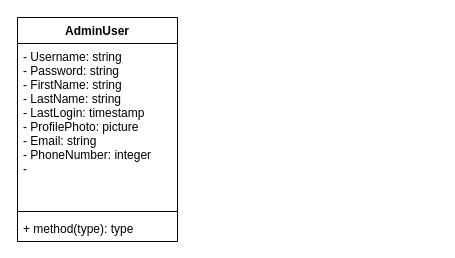
m-bassiri/HamyarApp keeps this draw.io diagram as Class Diagram - Login and User Management Section.drawio. Above is the earlier version. Source tidied: cells renumbered, new cells numbered last; positions are measured from the earlier drawing's top-left corner, leaving out a move shared by most shapes. Both pictures are drawn from the tidied source at 100%, with x=0, y=0 at pixel (17, 17).
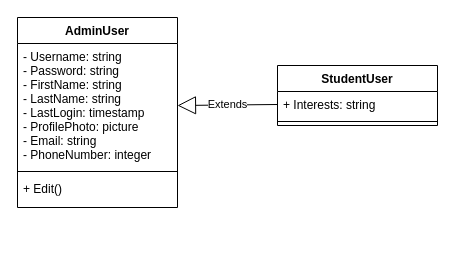
The same diagram, later.

What changed in the source:
```diff
@@
 <mxGraphModel>
   <root>
     <mxCell id="0" />
     <mxCell id="1" parent="0" />
     <mxCell id="2" value="AdminUser" style="swimlane;fontStyle=1;align=center;verticalAlign=top;horizontal=1;startSize=26;" parent="1" vertex="1">
-      <mxGeometry width="160" height="224" as="geometry" />
+      <mxGeometry width="160" height="190" as="geometry" />
     </mxCell>
-    <mxCell id="3" value="- Username: string&#10;- Password: string&#10;- FirstName: string&#10;- LastName: string&#10;- LastLogin: timestamp&#10;- ProfilePhoto: picture&#10;- Email: string&#10;- PhoneNumber: integer&#10;- " style="text;strokeColor=none;fillColor=none;align=left;verticalAlign=top;spacingLeft=4;spacingRight=4;overflow=hidden;points=[[0,0.5],[1,0.5]];portConstraint=eastwest;" parent="2" vertex="1">
-      <mxGeometry y="26" width="160" height="164" as="geometry" />
+    <mxCell id="3" value="- Username: string&#10;- Password: string&#10;- FirstName: string&#10;- LastName: string&#10;- LastLogin: timestamp&#10;- ProfilePhoto: picture&#10;- Email: string&#10;- PhoneNumber: integer&#10;" style="text;strokeColor=none;fillColor=none;align=left;verticalAlign=top;spacingLeft=4;spacingRight=4;overflow=hidden;points=[[0,0.5],[1,0.5]];portConstraint=eastwest;" parent="2" vertex="1">
+      <mxGeometry y="26" width="160" height="124" as="geometry" />
     </mxCell>
     <mxCell id="4" style="line;strokeWidth=1;fillColor=none;align=left;verticalAlign=middle;spacingTop=-1;spacingLeft=3;spacingRight=3;labelPosition=right;" parent="2" vertex="1">
-      <mxGeometry y="190" width="160" height="8" as="geometry" />
+      <mxGeometry y="150" width="160" height="8" as="geometry" />
     </mxCell>
-    <mxCell id="5" value="+ method(type): type" style="text;strokeColor=none;fillColor=none;align=left;verticalAlign=top;spacingLeft=4;spacingRight=4;overflow=hidden;" parent="2" vertex="1">
-      <mxGeometry y="198" width="160" height="26" as="geometry" />
+    <mxCell id="5" value="+ Edit()&#10;" style="text;strokeColor=none;fillColor=none;align=left;verticalAlign=top;spacingLeft=4;spacingRight=4;overflow=hidden;" parent="2" vertex="1">
+      <mxGeometry y="158" width="160" height="32" as="geometry" />
     </mxCell>
+    <mxCell id="6" value="StudentUser" style="swimlane;fontStyle=1;align=center;verticalAlign=top;horizontal=1;startSize=26;" parent="1" vertex="1">
+      <mxGeometry x="260" y="48" width="160" height="60" as="geometry" />
+    </mxCell>
+    <mxCell id="7" value="+ Interests: string" style="text;strokeColor=none;fillColor=none;align=left;verticalAlign=top;spacingLeft=4;spacingRight=4;overflow=hidden;points=[[0,0.5],[1,0.5]];portConstraint=eastwest;" parent="6" vertex="1">
+      <mxGeometry y="26" width="160" height="26" as="geometry" />
+    </mxCell>
+    <mxCell id="8" style="line;strokeWidth=1;fillColor=none;align=left;verticalAlign=middle;spacingTop=-1;spacingLeft=3;spacingRight=3;labelPosition=right;" parent="6" vertex="1">
+      <mxGeometry y="52" width="160" height="8" as="geometry" />
+    </mxCell>
+    <mxCell id="9" value="Extends" style="endArrow=block;endSize=16;endFill=0;html=1;exitX=0;exitY=0.5;exitDx=0;exitDy=0;entryX=1;entryY=0.5;entryDx=0;entryDy=0;" parent="1" edge="1" source="7" target="3">
+      <mxGeometry relative="1" as="geometry" />
+    </mxCell>
   </root>
 </mxGraphModel>
```
